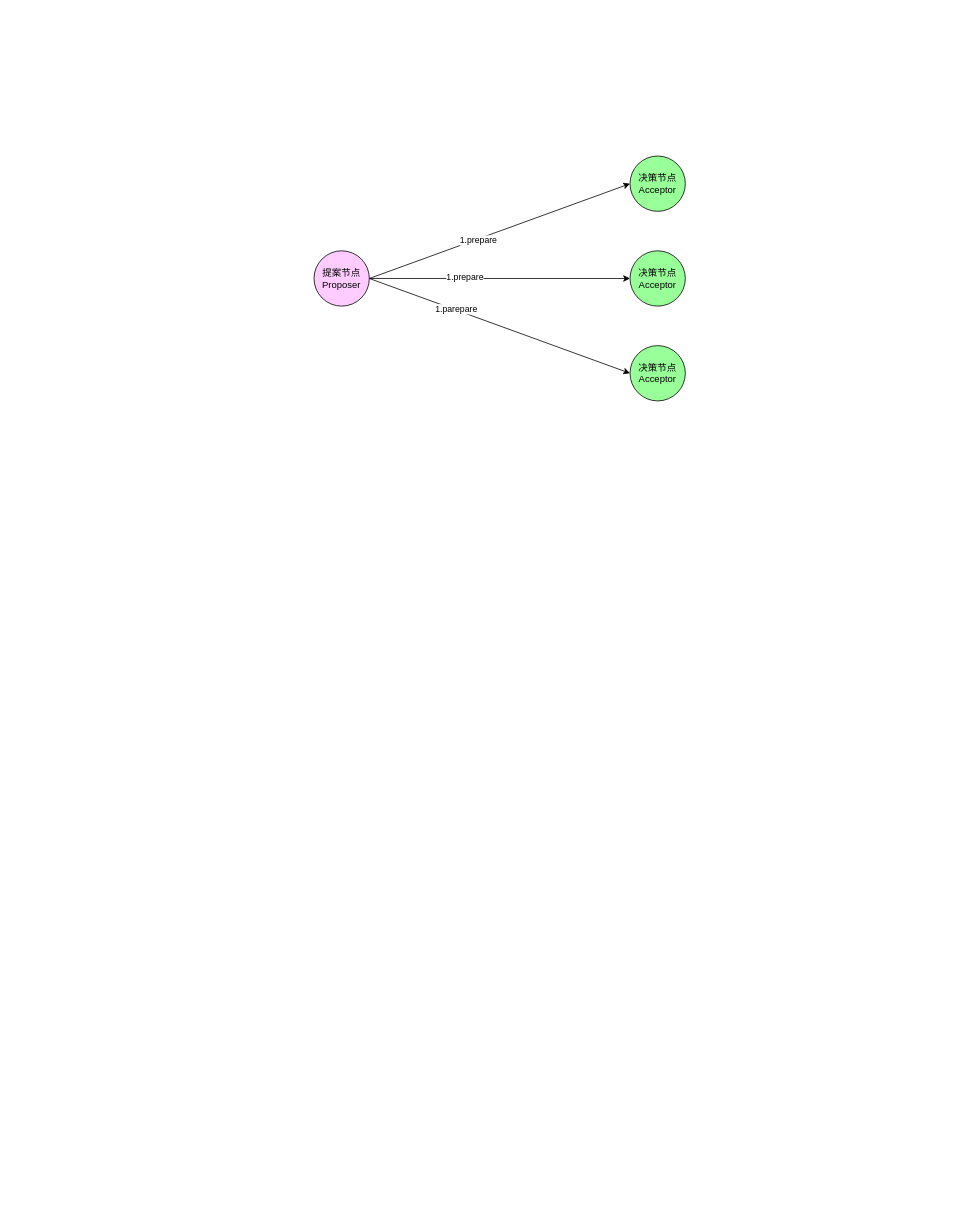
Above: distributed consensus algorithm/paxos/draw/consensus.drawio in xhkyyy/blog (draw.io), before the change. Source tidied: cells renumbered, new cells numbered last; positions are measured from the earlier drawing's top-left corner, leaving out a move shared by most shapes. Both pictures are drawn from the tidied source at 79%, with x=0, y=0 at pixel (314, 156).
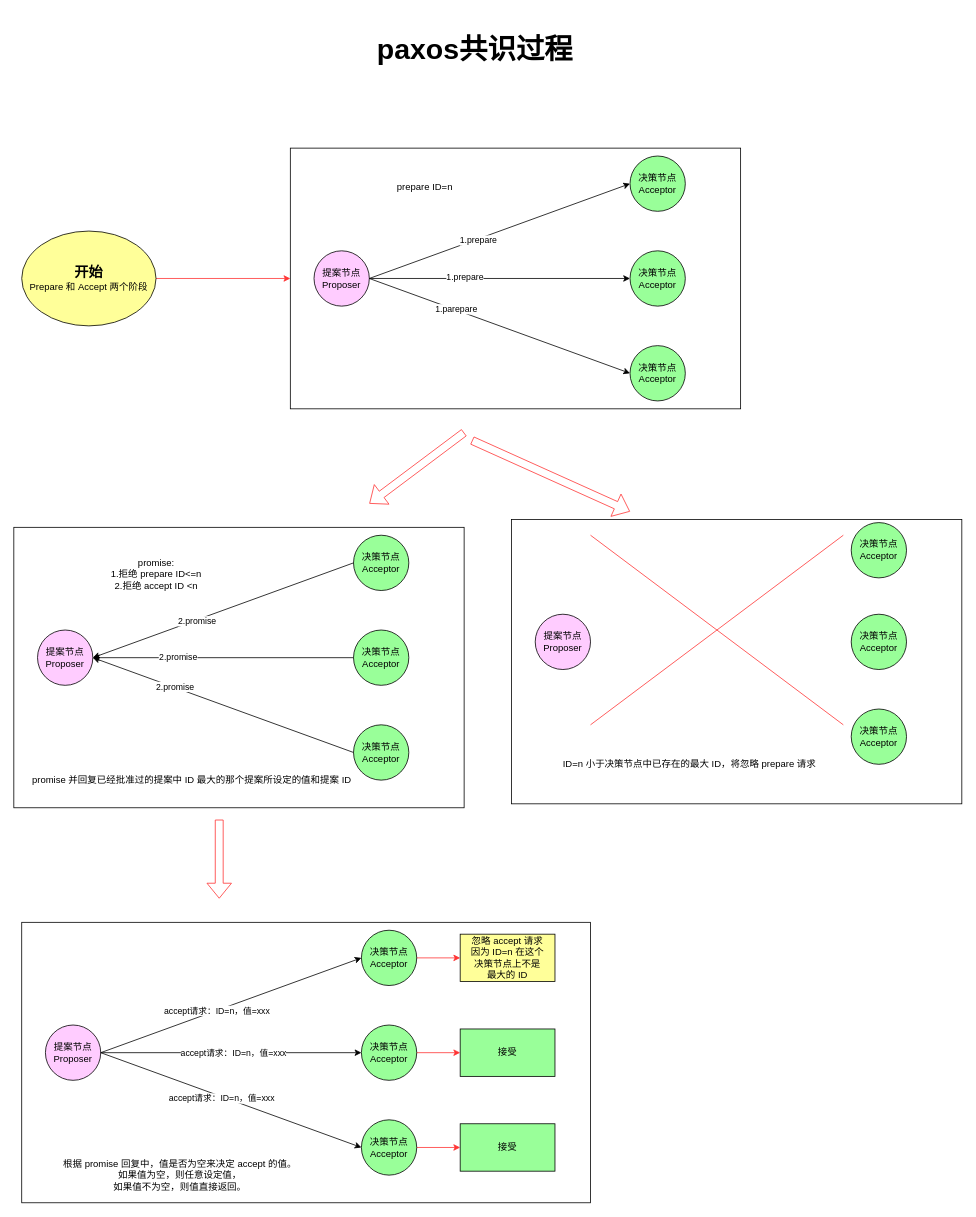
The same page after the edit.

What changed in the source:
```diff
@@
+    <mxCell id="12" style="rounded=0;whiteSpace=wrap;html=1;fillColor=none;" parent="1" vertex="1">
+      <mxGeometry x="-30" y="-10" width="570" height="330" as="geometry" />
+    </mxCell>
+    <mxCell id="13" style="rounded=0;whiteSpace=wrap;html=1;fillColor=none;" parent="1" vertex="1">
+      <mxGeometry x="-380" y="470" width="570" height="355" as="geometry" />
+    </mxCell>
+    <mxCell id="14" style="rounded=0;whiteSpace=wrap;html=1;fillColor=none;" parent="1" vertex="1">
+      <mxGeometry x="250" y="460" width="570" height="360" as="geometry" />
+    </mxCell>
@@
+    <mxCell id="15" value="提案节点Proposer" style="ellipse;whiteSpace=wrap;html=1;fillColor=#FFCCFF;" parent="1" vertex="1">
+      <mxGeometry x="-350" y="600" width="70" height="70" as="geometry" />
+    </mxCell>
+    <mxCell id="16" value="决策节点Acceptor" style="ellipse;whiteSpace=wrap;html=1;fillColor=#99FF99;" parent="1" vertex="1">
+      <mxGeometry x="50" y="480" width="70" height="70" as="geometry" />
+    </mxCell>
+    <mxCell id="17" value="决策节点Acceptor" style="ellipse;whiteSpace=wrap;html=1;fillColor=#99FF99;" parent="1" vertex="1">
+      <mxGeometry x="50" y="600" width="70" height="70" as="geometry" />
+    </mxCell>
+    <mxCell id="18" value="决策节点Acceptor" style="ellipse;whiteSpace=wrap;html=1;fillColor=#99FF99;" parent="1" vertex="1">
+      <mxGeometry x="50" y="720" width="70" height="70" as="geometry" />
+    </mxCell>
+    <mxCell id="19" style="endArrow=classic;html=1;rounded=0;entryX=1;entryY=0.5;entryDx=0;entryDy=0;exitX=0;exitY=0.5;exitDx=0;exitDy=0;" parent="1" edge="1" source="16" target="15">
+      <mxGeometry relative="1" as="geometry" />
+    </mxCell>
+    <mxCell id="20" value="2.promise" style="edgeLabel;html=1;align=center;verticalAlign=middle;" parent="19" vertex="1">
+      <mxGeometry x="0.21" y="1" relative="1" as="geometry" />
+    </mxCell>
+    <mxCell id="21" style="endArrow=classic;html=1;rounded=0;entryX=1;entryY=0.5;entryDx=0;entryDy=0;exitX=0;exitY=0.5;exitDx=0;exitDy=0;" parent="1" edge="1" source="17" target="15">
+      <mxGeometry relative="1" as="geometry" />
+    </mxCell>
+    <mxCell id="22" value="2.promise" style="edgeLabel;html=1;align=center;verticalAlign=middle;" parent="21" vertex="1">
+      <mxGeometry x="0.35" y="-2" relative="1" as="geometry" />
+    </mxCell>
+    <mxCell id="23" style="endArrow=classic;html=1;rounded=0;exitX=0;exitY=0.5;exitDx=0;exitDy=0;" parent="1" edge="1" source="18">
+      <mxGeometry relative="1" as="geometry">
+        <mxPoint x="-280" y="635" as="targetPoint" />
+      </mxGeometry>
+    </mxCell>
+    <mxCell id="24" value="2.promise" style="edgeLabel;html=1;align=center;verticalAlign=middle;" parent="23" vertex="1">
+      <mxGeometry x="0.37" y="-1" relative="1" as="geometry" />
+    </mxCell>
+    <mxCell id="25" value="prepare ID=n" style="text;html=1;align=center;verticalAlign=middle;strokeColor=none;fillColor=none;" parent="1" vertex="1">
+      <mxGeometry x="95" y="25" width="90" height="30" as="geometry" />
+    </mxCell>
+    <mxCell id="26" value="promise:&lt;br&gt;1.拒绝 prepare ID&amp;lt;=n&lt;br&gt;2.拒绝 accept ID &amp;lt;n" style="text;html=1;align=center;verticalAlign=middle;strokeColor=none;fillColor=none;" parent="1" vertex="1">
+      <mxGeometry x="-270" y="500" width="140" height="60" as="geometry" />
+    </mxCell>
+    <mxCell id="27" value="promise 并回复已经批准过的提案中 ID 最大的那个提案所设定的值和提案 ID" style="text;html=1;align=center;verticalAlign=middle;strokeColor=none;fillColor=none;" parent="1" vertex="1">
+      <mxGeometry x="-370" y="775" width="430" height="30" as="geometry" />
+    </mxCell>
+    <mxCell id="28" value="提案节点Proposer" style="ellipse;whiteSpace=wrap;html=1;fillColor=#FFCCFF;" parent="1" vertex="1">
+      <mxGeometry x="280" y="580" width="70" height="70" as="geometry" />
+    </mxCell>
+    <mxCell id="29" value="决策节点Acceptor" style="ellipse;whiteSpace=wrap;html=1;fillColor=#99FF99;" parent="1" vertex="1">
+      <mxGeometry x="680" y="464" width="70" height="70" as="geometry" />
+    </mxCell>
+    <mxCell id="30" value="决策节点Acceptor" style="ellipse;whiteSpace=wrap;html=1;fillColor=#99FF99;" parent="1" vertex="1">
+      <mxGeometry x="680" y="580" width="70" height="70" as="geometry" />
+    </mxCell>
+    <mxCell id="31" value="决策节点Acceptor" style="ellipse;whiteSpace=wrap;html=1;fillColor=#99FF99;" parent="1" vertex="1">
+      <mxGeometry x="680" y="700" width="70" height="70" as="geometry" />
+    </mxCell>
+    <mxCell id="32" value="ID=n 小于决策节点中已存在的最大 ID，将忽略 prepare 请求" style="text;html=1;align=center;verticalAlign=middle;strokeColor=none;fillColor=none;" parent="1" vertex="1">
+      <mxGeometry x="305" y="755" width="340" height="30" as="geometry" />
+    </mxCell>
+    <mxCell id="33" style="endArrow=none;html=1;rounded=0;strokeColor=#FF3333;" parent="1" edge="1">
+      <mxGeometry relative="1" as="geometry">
+        <mxPoint x="350" y="480" as="sourcePoint" />
+        <mxPoint x="670" y="720" as="targetPoint" />
+      </mxGeometry>
+    </mxCell>
+    <mxCell id="34" style="endArrow=none;html=1;rounded=0;strokeColor=#FF3333;" parent="1" edge="1">
+      <mxGeometry relative="1" as="geometry">
+        <mxPoint x="670" y="480" as="sourcePoint" />
+        <mxPoint x="350" y="720" as="targetPoint" />
+      </mxGeometry>
+    </mxCell>
+    <mxCell id="35" style="shape=flexArrow;endArrow=classic;html=1;rounded=0;strokeColor=#FF3333;" parent="1" edge="1">
+      <mxGeometry relative="1" as="geometry">
+        <mxPoint x="190" y="350" as="sourcePoint" />
+        <mxPoint x="70" y="440" as="targetPoint" />
+      </mxGeometry>
+    </mxCell>
+    <mxCell id="36" style="shape=flexArrow;endArrow=classic;html=1;rounded=0;strokeColor=#FF3333;" parent="1" edge="1">
+      <mxGeometry relative="1" as="geometry">
+        <mxPoint x="200" y="360" as="sourcePoint" />
+        <mxPoint x="400" y="450" as="targetPoint" />
+      </mxGeometry>
+    </mxCell>
+    <mxCell id="37" style="rounded=0;whiteSpace=wrap;html=1;fillColor=none;" parent="1" vertex="1">
+      <mxGeometry x="-370" y="970" width="720" height="355" as="geometry" />
+    </mxCell>
+    <mxCell id="38" value="提案节点Proposer" style="ellipse;whiteSpace=wrap;html=1;fillColor=#FFCCFF;" parent="1" vertex="1">
+      <mxGeometry x="-340" y="1100" width="70" height="70" as="geometry" />
+    </mxCell>
+    <mxCell id="39" style="edgeStyle=orthogonalEdgeStyle;rounded=0;jettySize=auto;html=1;strokeColor=#FF3333;" parent="1" edge="1" source="40" target="52">
+      <mxGeometry relative="1" as="geometry" />
+    </mxCell>
+    <mxCell id="40" value="决策节点Acceptor" style="ellipse;whiteSpace=wrap;html=1;fillColor=#99FF99;" parent="1" vertex="1">
+      <mxGeometry x="60" y="980" width="70" height="70" as="geometry" />
+    </mxCell>
+    <mxCell id="41" style="edgeStyle=orthogonalEdgeStyle;rounded=0;jettySize=auto;html=1;strokeColor=#FF3333;" parent="1" edge="1" source="42" target="53">
+      <mxGeometry relative="1" as="geometry" />
+    </mxCell>
+    <mxCell id="42" value="决策节点Acceptor" style="ellipse;whiteSpace=wrap;html=1;fillColor=#99FF99;" parent="1" vertex="1">
+      <mxGeometry x="60" y="1100" width="70" height="70" as="geometry" />
+    </mxCell>
+    <mxCell id="43" style="edgeStyle=orthogonalEdgeStyle;rounded=0;jettySize=auto;html=1;strokeColor=#FF3333;" parent="1" edge="1" source="44" target="54">
+      <mxGeometry relative="1" as="geometry" />
+    </mxCell>
+    <mxCell id="44" value="决策节点Acceptor" style="ellipse;whiteSpace=wrap;html=1;fillColor=#99FF99;" parent="1" vertex="1">
+      <mxGeometry x="60" y="1220" width="70" height="70" as="geometry" />
+    </mxCell>
+    <mxCell id="45" style="shape=flexArrow;endArrow=classic;html=1;rounded=0;strokeColor=#FF3333;" parent="1" edge="1">
+      <mxGeometry relative="1" as="geometry">
+        <mxPoint x="-120" y="840" as="sourcePoint" />
+        <mxPoint x="-120" y="940" as="targetPoint" />
+      </mxGeometry>
+    </mxCell>
+    <mxCell id="46" style="endArrow=classic;html=1;rounded=0;exitX=1;exitY=0.5;exitDx=0;exitDy=0;entryX=0;entryY=0.5;entryDx=0;entryDy=0;" parent="1" edge="1" source="38" target="40">
+      <mxGeometry relative="1" as="geometry" />
+    </mxCell>
+    <mxCell id="47" value="accept请求：ID=n，值=xxx" style="edgeLabel;html=1;align=center;verticalAlign=middle;" parent="46" vertex="1">
+      <mxGeometry x="-0.11" y="1" relative="1" as="geometry">
+        <mxPoint y="1" as="offset" />
+      </mxGeometry>
+    </mxCell>
+    <mxCell id="48" style="endArrow=classic;html=1;rounded=0;exitX=1;exitY=0.5;exitDx=0;exitDy=0;entryX=0;entryY=0.5;entryDx=0;entryDy=0;" parent="1" edge="1" source="38" target="42">
+      <mxGeometry relative="1" as="geometry" />
+    </mxCell>
+    <mxCell id="49" value="accept请求：ID=n，值=xxx" style="edgeLabel;html=1;align=center;verticalAlign=middle;" parent="48" vertex="1">
+      <mxGeometry x="0.01" relative="1" as="geometry" />
+    </mxCell>
+    <mxCell id="50" style="endArrow=classic;html=1;rounded=0;exitX=1;exitY=0.5;exitDx=0;exitDy=0;entryX=0;entryY=0.5;entryDx=0;entryDy=0;" parent="1" edge="1" source="38" target="44">
+      <mxGeometry relative="1" as="geometry" />
+    </mxCell>
+    <mxCell id="51" value="accept请求：ID=n，值=xxx" style="edgeLabel;html=1;align=center;verticalAlign=middle;" parent="50" vertex="1">
+      <mxGeometry x="-0.07" y="-3" relative="1" as="geometry">
+        <mxPoint y="-1" as="offset" />
+      </mxGeometry>
+    </mxCell>
+    <mxCell id="52" value="忽略 accept 请求&lt;br&gt;因为 ID=n 在这个&lt;br&gt;决策节点上不是&lt;br&gt;最大的 ID" style="whiteSpace=wrap;html=1;fillColor=#FFFF99;" parent="1" vertex="1">
+      <mxGeometry x="185" y="985" width="120" height="60" as="geometry" />
+    </mxCell>
+    <mxCell id="53" value="接受" style="whiteSpace=wrap;html=1;fillColor=#99FF99;" parent="1" vertex="1">
+      <mxGeometry x="185" y="1105" width="120" height="60" as="geometry" />
+    </mxCell>
+    <mxCell id="54" value="接受" style="whiteSpace=wrap;html=1;fillColor=#99FF99;" parent="1" vertex="1">
+      <mxGeometry x="185" y="1225" width="120" height="60" as="geometry" />
+    </mxCell>
+    <mxCell id="55" value="根据 promise 回复中，值是否为空来决定 accept 的值。&lt;br&gt;如果值为空，则任意设定值，&lt;br&gt;如果值不为空，则值直接返回。" style="text;html=1;align=center;verticalAlign=middle;strokeColor=none;fillColor=none;" parent="1" vertex="1">
+      <mxGeometry x="-330" y="1260" width="320" height="60" as="geometry" />
+    </mxCell>
+    <mxCell id="56" style="edgeStyle=orthogonalEdgeStyle;rounded=0;jettySize=auto;html=1;entryX=0;entryY=0.5;entryDx=0;entryDy=0;strokeColor=#FF3333;" parent="1" edge="1" source="57" target="12">
+      <mxGeometry relative="1" as="geometry" />
+    </mxCell>
+    <mxCell id="57" value="&lt;b&gt;&lt;font style=&quot;font-size: 18px;&quot;&gt;开始&lt;/font&gt;&lt;/b&gt;&lt;br&gt;Prepare 和 Accept 两个阶段" style="ellipse;whiteSpace=wrap;html=1;fillColor=#FFFF99;" parent="1" vertex="1">
+      <mxGeometry x="-370" y="95" width="170" height="120" as="geometry" />
+    </mxCell>
+    <mxCell id="58" value="&lt;h1&gt;paxos共识过程&lt;/h1&gt;" style="text;html=1;strokeColor=none;fillColor=none;spacing=5;spacingTop=-20;whiteSpace=wrap;overflow=hidden;rounded=0;fontSize=18;" parent="1" vertex="1">
+      <mxGeometry x="75" y="-170" width="320" height="80" as="geometry" />
+    </mxCell>
```
